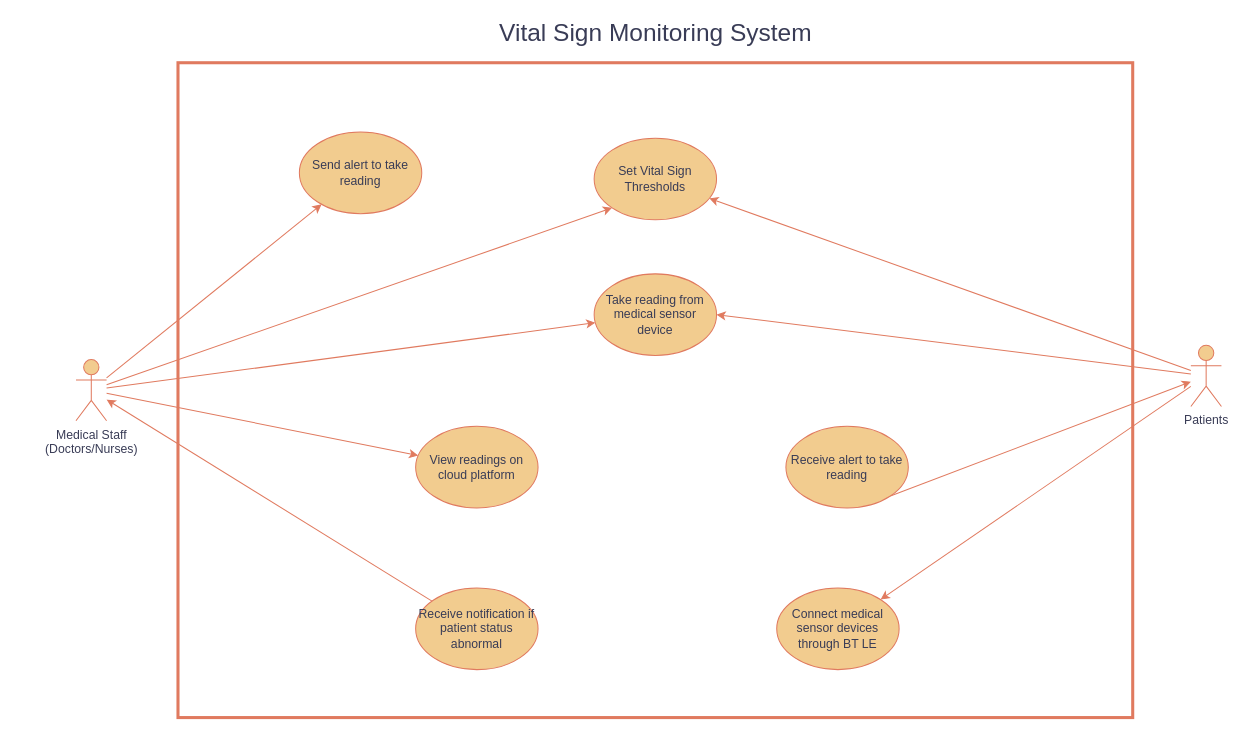
This is Writeup/Report/diagrams/use_case_diagram.drawio from promitheas17j/BSc-CompSci-Thesis, a draw.io file, before an edit. Source tidied: cells renumbered, new cells numbered last; positions are measured from the earlier drawing's top-left corner, leaving out a move shared by most shapes. Both pictures are drawn from the tidied source at 102%, with x=0, y=0 at pixel (75, 17).
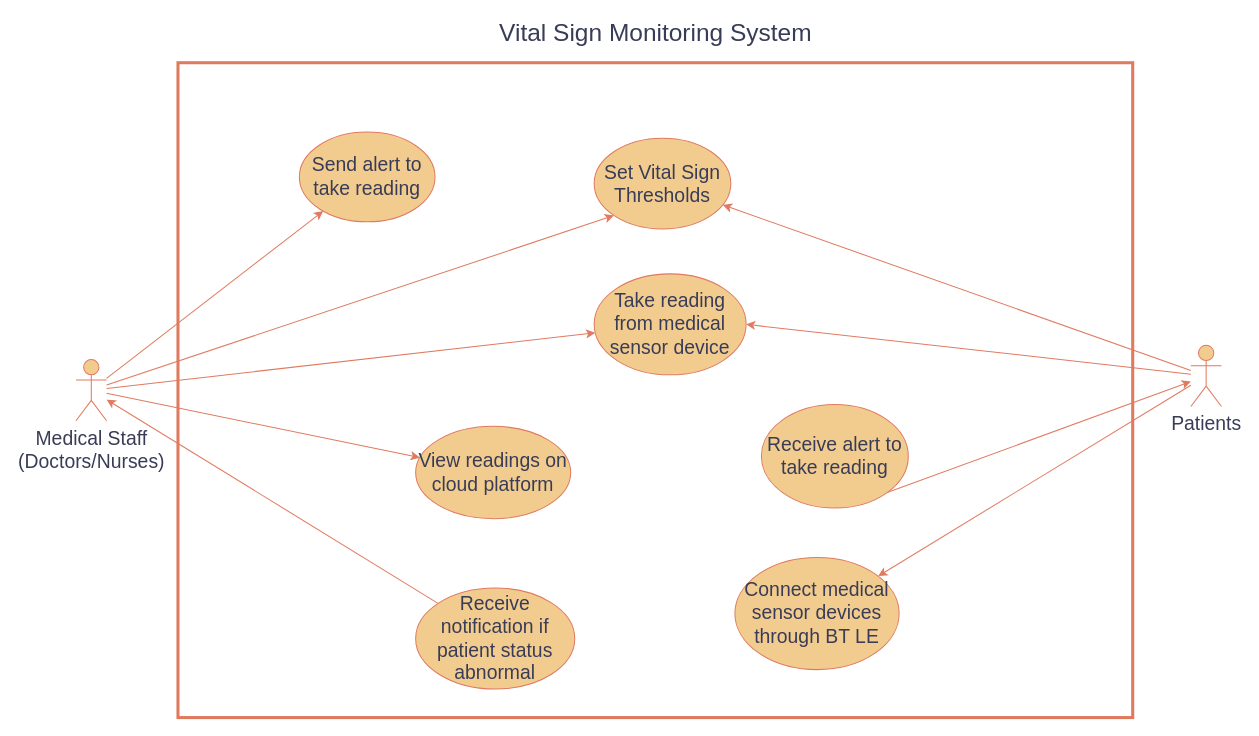
Above is the later version.

Commit message (it also covers changes not shown here):
Update use case diagram to be more readable

Diff of the diagram source:
```diff
@@
-    <mxCell id="7" value="Medical Staff&lt;br&gt;(Doctors/Nurses)" style="shape=umlActor;verticalLabelPosition=bottom;verticalAlign=top;html=1;outlineConnect=0;labelBackgroundColor=none;fillColor=#F2CC8F;strokeColor=#E07A5F;fontColor=#393C56;" parent="1" vertex="1">
+    <mxCell id="7" value="&lt;font style=&quot;font-size: 19px;&quot;&gt;Medical Staff&lt;br&gt;(Doctors/Nurses)&lt;/font&gt;" style="shape=umlActor;verticalLabelPosition=bottom;verticalAlign=top;html=1;outlineConnect=0;labelBackgroundColor=none;fillColor=#F2CC8F;strokeColor=#E07A5F;fontColor=#393C56;" parent="1" vertex="1">
       <mxGeometry y="335" width="30" height="60" as="geometry" />
     </mxCell>
@@
-    <mxCell id="12" value="Patients" style="shape=umlActor;verticalLabelPosition=bottom;verticalAlign=top;html=1;outlineConnect=0;labelBackgroundColor=none;fillColor=#F2CC8F;strokeColor=#E07A5F;fontColor=#393C56;" parent="1" vertex="1">
+    <mxCell id="12" value="&lt;font style=&quot;font-size: 19px;&quot;&gt;Patients&lt;/font&gt;" style="shape=umlActor;verticalLabelPosition=bottom;verticalAlign=top;html=1;outlineConnect=0;labelBackgroundColor=none;fillColor=#F2CC8F;strokeColor=#E07A5F;fontColor=#393C56;" parent="1" vertex="1">
       <mxGeometry x="1093" y="321" width="30" height="60" as="geometry" />
     </mxCell>
@@
-    <mxCell id="14" value="Set Vital Sign Thresholds" style="ellipse;whiteSpace=wrap;html=1;strokeColor=#E07A5F;fontColor=#393C56;fillColor=#F2CC8F;" parent="1" vertex="1">
-      <mxGeometry x="508" y="118" width="120" height="80" as="geometry" />
+    <mxCell id="14" value="&lt;font style=&quot;font-size: 19px;&quot;&gt;Set Vital Sign Thresholds&lt;/font&gt;" style="ellipse;whiteSpace=wrap;html=1;strokeColor=#E07A5F;fontColor=#393C56;fillColor=#F2CC8F;" parent="1" vertex="1">
+      <mxGeometry x="508" y="118" width="134" height="89" as="geometry" />
     </mxCell>
-    <mxCell id="15" value="Receive alert to take reading" style="ellipse;whiteSpace=wrap;html=1;strokeColor=#E07A5F;fontColor=#393C56;fillColor=#F2CC8F;" parent="1" vertex="1">
-      <mxGeometry x="696" y="400.5" width="120" height="80" as="geometry" />
+    <mxCell id="15" value="&lt;font style=&quot;font-size: 19px;&quot;&gt;Receive alert to take reading&lt;/font&gt;" style="ellipse;whiteSpace=wrap;html=1;strokeColor=#E07A5F;fontColor=#393C56;fillColor=#F2CC8F;" parent="1" vertex="1">
+      <mxGeometry x="672" y="379" width="144" height="101.5" as="geometry" />
     </mxCell>
-    <mxCell id="16" value="Send&lt;span style=&quot;background-color: transparent; color: light-dark(rgb(57, 60, 86), rgb(182, 184, 207));&quot;&gt;&amp;nbsp;alert to take reading&lt;/span&gt;" style="ellipse;whiteSpace=wrap;html=1;strokeColor=#E07A5F;fontColor=#393C56;fillColor=#F2CC8F;" parent="1" vertex="1">
-      <mxGeometry x="219" y="112" width="120" height="80" as="geometry" />
+    <mxCell id="16" value="&lt;font style=&quot;font-size: 19px;&quot;&gt;Send&lt;span style=&quot;background-color: transparent; color: light-dark(rgb(57, 60, 86), rgb(182, 184, 207));&quot;&gt;&amp;nbsp;alert to take reading&lt;/span&gt;&lt;/font&gt;" style="ellipse;whiteSpace=wrap;html=1;strokeColor=#E07A5F;fontColor=#393C56;fillColor=#F2CC8F;" parent="1" vertex="1">
+      <mxGeometry x="219" y="112" width="133" height="88" as="geometry" />
     </mxCell>
-    <mxCell id="17" value="Take reading from medical sensor device" style="ellipse;whiteSpace=wrap;html=1;strokeColor=#E07A5F;fontColor=#393C56;fillColor=#F2CC8F;" parent="1" vertex="1">
-      <mxGeometry x="508" y="251" width="120" height="80" as="geometry" />
+    <mxCell id="17" value="&lt;font style=&quot;font-size: 19px;&quot;&gt;Take reading from medical sensor device&lt;/font&gt;" style="ellipse;whiteSpace=wrap;html=1;strokeColor=#E07A5F;fontColor=#393C56;fillColor=#F2CC8F;" parent="1" vertex="1">
+      <mxGeometry x="508" y="251" width="149" height="99" as="geometry" />
     </mxCell>
-    <mxCell id="18" value="View readings on cloud platform" style="ellipse;whiteSpace=wrap;html=1;strokeColor=#E07A5F;fontColor=#393C56;fillColor=#F2CC8F;" parent="1" vertex="1">
-      <mxGeometry x="333" y="400.5" width="120" height="80" as="geometry" />
+    <mxCell id="18" value="&lt;font style=&quot;font-size: 19px;&quot;&gt;View readings on cloud platform&lt;/font&gt;" style="ellipse;whiteSpace=wrap;html=1;strokeColor=#E07A5F;fontColor=#393C56;fillColor=#F2CC8F;" parent="1" vertex="1">
+      <mxGeometry x="333" y="400.5" width="152" height="90.5" as="geometry" />
     </mxCell>
-    <mxCell id="19" value="Connect medical sensor devices through BT LE" style="ellipse;whiteSpace=wrap;html=1;strokeColor=#E07A5F;fontColor=#393C56;fillColor=#F2CC8F;" parent="1" vertex="1">
-      <mxGeometry x="687" y="559" width="120" height="80" as="geometry" />
+    <mxCell id="19" value="&lt;font style=&quot;font-size: 19px;&quot;&gt;Connect medical sensor devices through BT LE&lt;/font&gt;" style="ellipse;whiteSpace=wrap;html=1;strokeColor=#E07A5F;fontColor=#393C56;fillColor=#F2CC8F;" parent="1" vertex="1">
+      <mxGeometry x="646" y="529" width="161" height="110" as="geometry" />
     </mxCell>
-    <mxCell id="20" value="Receive notification if patient status abnormal" style="ellipse;whiteSpace=wrap;html=1;strokeColor=#E07A5F;fontColor=#393C56;fillColor=#F2CC8F;" parent="1" vertex="1">
-      <mxGeometry x="333" y="559" width="120" height="80" as="geometry" />
+    <mxCell id="20" value="&lt;font style=&quot;font-size: 19px;&quot;&gt;Receive notification if patient status abnormal&lt;/font&gt;" style="ellipse;whiteSpace=wrap;html=1;strokeColor=#E07A5F;fontColor=#393C56;fillColor=#F2CC8F;" parent="1" vertex="1">
+      <mxGeometry x="333" y="559" width="156" height="99" as="geometry" />
     </mxCell>
```
